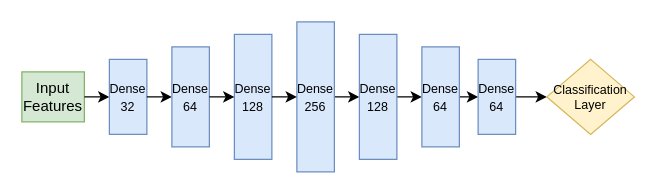
Earlier version of the draw.io diagram charts/network.drawio (nlarsensmu/Clasification-Counties-Covid). Source tidied: cells renumbered, new cells numbered last; positions are measured from the earlier drawing's top-left corner, leaving out a move shared by most shapes. Both pictures are drawn from the tidied source at 125%, with x=0, y=0 at pixel (21, 21).
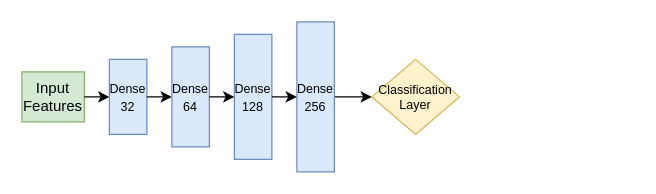
Above is the later version.

Change to the diagram source:
```diff
@@
 <mxGraphModel>
   <root>
     <mxCell id="0" />
     <mxCell id="1" parent="0" />
     <mxCell id="2" value="Input&lt;br&gt;Features" style="rounded=0;whiteSpace=wrap;html=1;fillColor=#d5e8d4;strokeColor=#82b366;" parent="1" vertex="1">
       <mxGeometry y="40" width="50" height="40" as="geometry" />
     </mxCell>
     <mxCell id="3" style="endArrow=classic;html=1;rounded=0;exitX=1;exitY=0.5;exitDx=0;exitDy=0;entryX=0;entryY=0.5;entryDx=0;entryDy=0;" parent="1" edge="1" source="2" target="4">
       <mxGeometry relative="1" as="geometry" />
     </mxCell>
     <mxCell id="4" value="&lt;font style=&quot;font-size: 10px&quot;&gt;Dense&lt;br&gt;32&lt;/font&gt;" style="rounded=0;whiteSpace=wrap;html=1;fillColor=#dae8fc;strokeColor=#6c8ebf;" parent="1" vertex="1">
       <mxGeometry x="70" y="30" width="30" height="60" as="geometry" />
     </mxCell>
     <mxCell id="5" style="endArrow=classic;html=1;rounded=0;exitX=1;exitY=0.5;exitDx=0;exitDy=0;entryX=0;entryY=0.5;entryDx=0;entryDy=0;" parent="1" edge="1" source="4" target="6">
       <mxGeometry relative="1" as="geometry" />
     </mxCell>
     <mxCell id="6" value="&lt;font style=&quot;font-size: 10px&quot;&gt;Dense&lt;br&gt;64&lt;/font&gt;" style="rounded=0;whiteSpace=wrap;html=1;fillColor=#dae8fc;strokeColor=#6c8ebf;" parent="1" vertex="1">
       <mxGeometry x="120" y="20" width="30" height="80" as="geometry" />
     </mxCell>
     <mxCell id="7" value="&lt;font style=&quot;font-size: 10px&quot;&gt;Dense&lt;br&gt;128&lt;/font&gt;" style="rounded=0;whiteSpace=wrap;html=1;fillColor=#dae8fc;strokeColor=#6c8ebf;" parent="1" vertex="1">
       <mxGeometry x="170" y="10" width="30" height="100" as="geometry" />
     </mxCell>
-    <mxCell id="8" style="edgeStyle=orthogonalEdgeStyle;rounded=0;jettySize=auto;html=1;exitX=1;exitY=0.5;exitDx=0;exitDy=0;entryX=0;entryY=0.5;entryDx=0;entryDy=0;fontSize=10;" parent="1" edge="1" source="9" target="13">
+    <mxCell id="8" style="edgeStyle=orthogonalEdgeStyle;rounded=0;jettySize=auto;html=1;exitX=1;exitY=0.5;exitDx=0;exitDy=0;entryX=0;entryY=0.5;entryDx=0;entryDy=0;fontSize=10;" parent="1" edge="1" source="9" target="18">
       <mxGeometry relative="1" as="geometry" />
     </mxCell>
     <mxCell id="9" value="&lt;font style=&quot;font-size: 10px&quot;&gt;Dense&lt;br&gt;256&lt;/font&gt;" style="rounded=0;whiteSpace=wrap;html=1;fillColor=#dae8fc;strokeColor=#6c8ebf;" parent="1" vertex="1">
       <mxGeometry x="220" width="30" height="120" as="geometry" />
     </mxCell>
     <mxCell id="10" style="endArrow=classic;html=1;rounded=0;exitX=1;exitY=0.5;exitDx=0;exitDy=0;entryX=0;entryY=0.5;entryDx=0;entryDy=0;" parent="1" edge="1" source="6" target="7">
       <mxGeometry relative="1" as="geometry" />
     </mxCell>
     <mxCell id="11" style="endArrow=classic;html=1;rounded=0;exitX=1;exitY=0.5;exitDx=0;exitDy=0;entryX=0;entryY=0.5;entryDx=0;entryDy=0;" parent="1" edge="1" source="7" target="9">
       <mxGeometry relative="1" as="geometry" />
     </mxCell>
-    <mxCell id="12" style="edgeStyle=orthogonalEdgeStyle;rounded=0;jettySize=auto;html=1;exitX=1;exitY=0.5;exitDx=0;exitDy=0;entryX=0;entryY=0.5;entryDx=0;entryDy=0;fontSize=10;" parent="1" edge="1" source="13" target="15">
-      <mxGeometry relative="1" as="geometry" />
-    </mxCell>
-    <mxCell id="13" value="&lt;font style=&quot;font-size: 10px&quot;&gt;Dense&lt;br&gt;128&lt;/font&gt;" style="rounded=0;whiteSpace=wrap;html=1;fillColor=#dae8fc;strokeColor=#6c8ebf;" parent="1" vertex="1">
-      <mxGeometry x="270" y="10" width="30" height="100" as="geometry" />
-    </mxCell>
-    <mxCell id="14" style="edgeStyle=orthogonalEdgeStyle;rounded=0;jettySize=auto;html=1;exitX=1;exitY=0.5;exitDx=0;exitDy=0;entryX=0;entryY=0.5;entryDx=0;entryDy=0;fontSize=10;" parent="1" edge="1" source="15" target="17">
-      <mxGeometry relative="1" as="geometry" />
-    </mxCell>
-    <mxCell id="15" value="&lt;font style=&quot;font-size: 10px&quot;&gt;Dense&lt;br&gt;64&lt;/font&gt;" style="rounded=0;whiteSpace=wrap;html=1;fillColor=#dae8fc;strokeColor=#6c8ebf;" parent="1" vertex="1">
-      <mxGeometry x="320" y="20" width="30" height="80" as="geometry" />
-    </mxCell>
-    <mxCell id="16" style="edgeStyle=orthogonalEdgeStyle;rounded=0;jettySize=auto;html=1;exitX=1;exitY=0.5;exitDx=0;exitDy=0;entryX=0;entryY=0.5;entryDx=0;entryDy=0;fontSize=10;" parent="1" edge="1" source="17" target="18">
-      <mxGeometry relative="1" as="geometry" />
-    </mxCell>
-    <mxCell id="17" value="&lt;font style=&quot;font-size: 10px&quot;&gt;Dense&lt;br&gt;64&lt;/font&gt;" style="rounded=0;whiteSpace=wrap;html=1;fillColor=#dae8fc;strokeColor=#6c8ebf;" parent="1" vertex="1">
-      <mxGeometry x="365" y="30" width="30" height="60" as="geometry" />
-    </mxCell>
     <mxCell id="18" value="Classification&lt;br&gt;Layer" style="rhombus;whiteSpace=wrap;html=1;fontSize=10;fillColor=#fff2cc;strokeColor=#d6b656;" parent="1" vertex="1">
-      <mxGeometry x="420" y="30" width="70" height="60" as="geometry" />
+      <mxGeometry x="280" y="30" width="70" height="60" as="geometry" />
     </mxCell>
   </root>
 </mxGraphModel>
```
